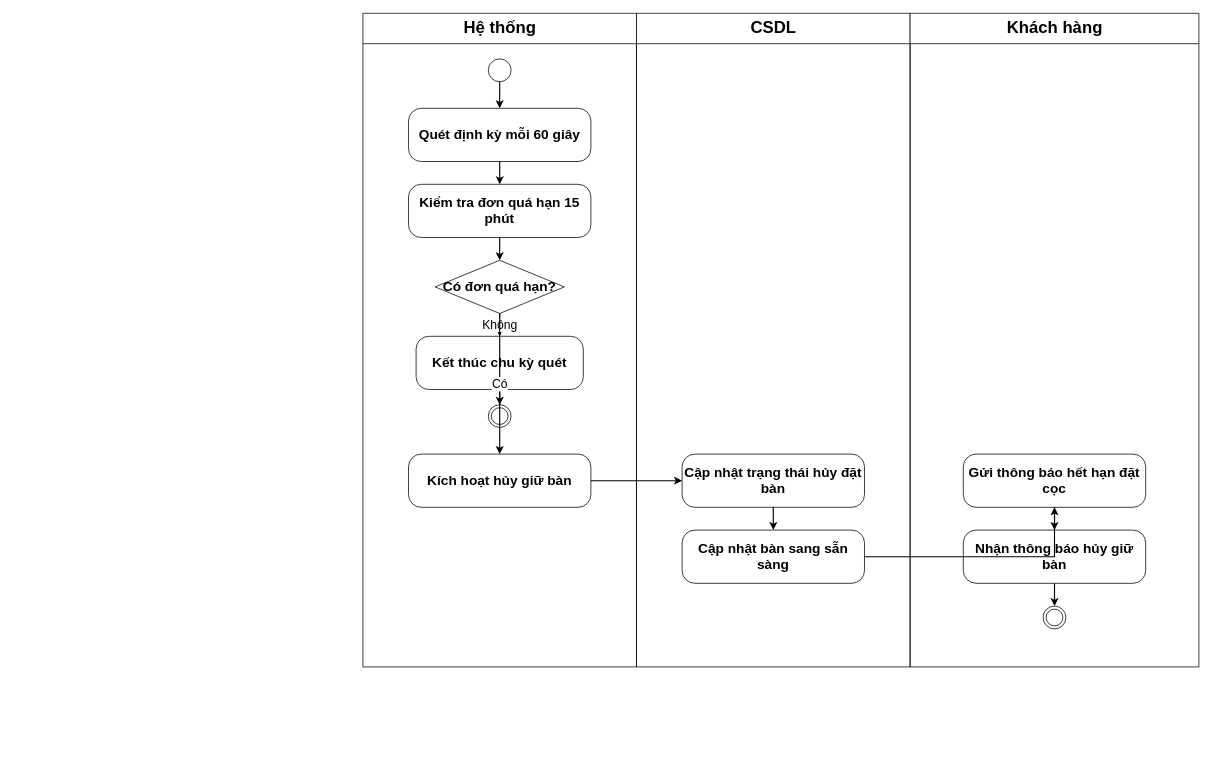
Before: docs/phase1/drawio/ad10_auto_release_timeout.drawio in AndrewQng/VinDining, a draw.io diagram. Source tidied: cells renumbered, new cells numbered last; positions are measured from the earlier drawing's top-left corner, leaving out a move shared by most shapes. Both pictures are drawn from the tidied source at 76%, with x=0, y=0 at pixel (363, 13).
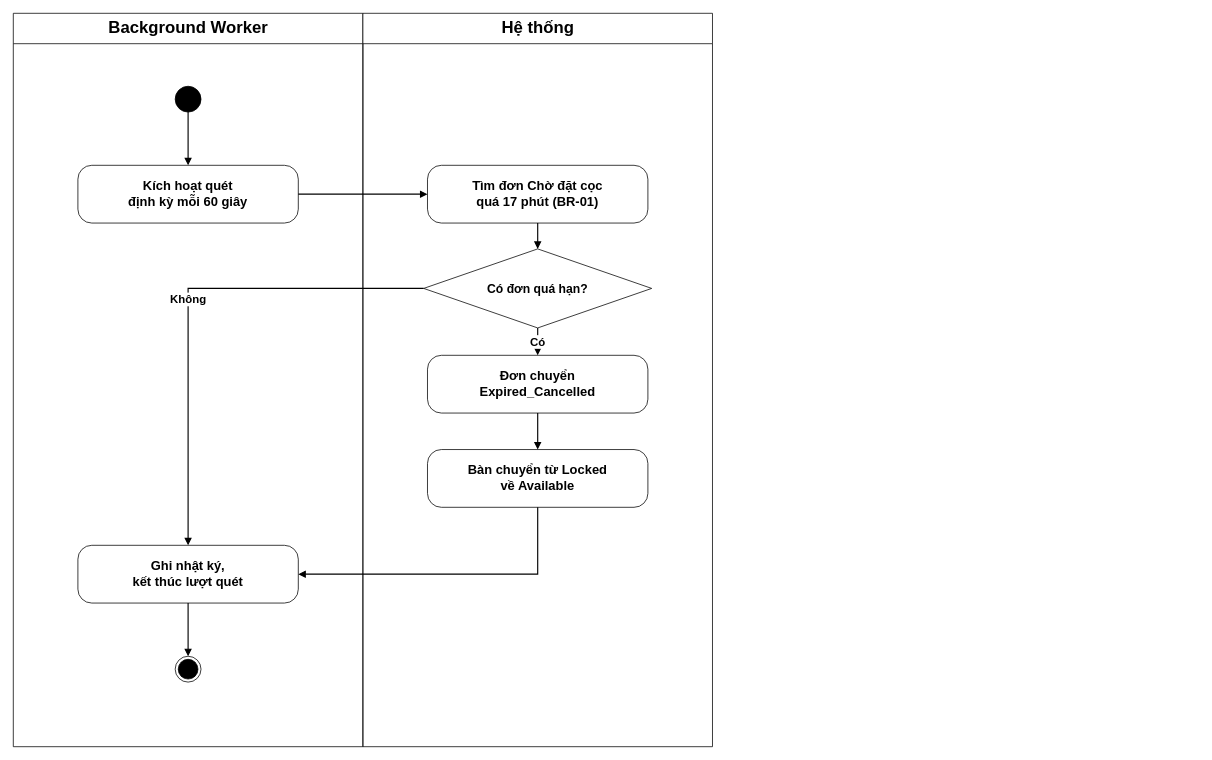
The same page after the edit.

What changed in the source:
```diff
@@
+    <mxCell id="28" value="Background Worker" style="swimlane;html=1;startSize=40;horizontal=1;fontStyle=1;fontSize=22;align=center;verticalAlign=middle;swimlaneLine=1;" parent="1" vertex="1">
+      <mxGeometry x="-460" width="460" height="965" as="geometry" />
+    </mxCell>
     <mxCell id="2" value="Hệ thống" style="swimlane;html=1;startSize=40;horizontal=1;fontStyle=1;fontSize=22;align=center;verticalAlign=middle;swimlaneLine=1;" parent="1" vertex="1">
-      <mxGeometry width="360" height="860" as="geometry" />
+      <mxGeometry width="460" height="965" as="geometry" />
     </mxCell>
-    <mxCell id="3" style="ellipse;whiteSpace=wrap;html=1;fontSize=18;" parent="2" vertex="1">
-      <mxGeometry x="165" y="60" width="30" height="30" as="geometry" />
-    </mxCell>
-    <mxCell id="4" value="Quét định kỳ mỗi 60 giây" style="rounded=1;arcSize=24;whiteSpace=wrap;html=1;fontStyle=1;fontSize=18;align=center;verticalAlign=middle;" parent="2" vertex="1">
-      <mxGeometry x="60" y="125" width="240" height="70" as="geometry" />
-    </mxCell>
-    <mxCell id="5" value="Kiểm tra đơn quá hạn 15 phút" style="rounded=1;arcSize=24;whiteSpace=wrap;html=1;fontStyle=1;fontSize=18;align=center;verticalAlign=middle;" parent="2" vertex="1">
-      <mxGeometry x="60" y="225" width="240" height="70" as="geometry" />
-    </mxCell>
+    <mxCell id="29" style="ellipse;whiteSpace=wrap;html=1;fillColor=#000000;strokeColor=#000000;" parent="1" vertex="1">
+      <mxGeometry x="-247" y="96" width="34" height="34" as="geometry" />
+    </mxCell>
+    <mxCell id="30" value="Kích hoạt quét&lt;br&gt;định kỳ mỗi 60 giây" style="rounded=1;arcSize=24;whiteSpace=wrap;html=1;fontStyle=1;fontSize=17;align=center;verticalAlign=middle;" parent="1" vertex="1">
+      <mxGeometry x="-375" y="200" width="290" height="76" as="geometry" />
+    </mxCell>
+    <mxCell id="31" value="Tìm đơn Chờ đặt cọc&lt;br&gt;quá 17 phút (BR-01)" style="rounded=1;arcSize=24;whiteSpace=wrap;html=1;fontStyle=1;fontSize=17;align=center;verticalAlign=middle;" parent="1" vertex="1">
+      <mxGeometry x="85" y="200" width="290" height="76" as="geometry" />
+    </mxCell>
-    <mxCell id="6" value="Có đơn quá hạn?" style="rhombus;whiteSpace=wrap;html=1;fontStyle=1;fontSize=18;align=center;verticalAlign=middle;" parent="2" vertex="1">
-      <mxGeometry x="95" y="325" width="170" height="70" as="geometry" />
+    <mxCell id="6" value="Có đơn quá hạn?" style="rhombus;whiteSpace=wrap;html=1;fontStyle=1;fontSize=16;align=center;verticalAlign=middle;" parent="1" vertex="1">
+      <mxGeometry x="80" y="310" width="300" height="104" as="geometry" />
     </mxCell>
-    <mxCell id="7" value="Kết thúc chu kỳ quét" style="rounded=1;arcSize=24;whiteSpace=wrap;html=1;fontStyle=1;fontSize=18;align=center;verticalAlign=middle;" parent="2" vertex="1">
-      <mxGeometry x="70" y="425" width="220" height="70" as="geometry" />
-    </mxCell>
-    <mxCell id="8" style="ellipse;html=1;shape=endState;fontSize=18;" parent="2" vertex="1">
-      <mxGeometry x="165" y="515" width="30" height="30" as="geometry" />
-    </mxCell>
-    <mxCell id="9" value="Kích hoạt hủy giữ bàn" style="rounded=1;arcSize=24;whiteSpace=wrap;html=1;fontStyle=1;fontSize=18;align=center;verticalAlign=middle;" parent="2" vertex="1">
-      <mxGeometry x="60" y="580" width="240" height="70" as="geometry" />
-    </mxCell>
-    <mxCell id="10" style="edgeStyle=orthogonalEdgeStyle;rounded=0;strokeWidth=1.5;html=1;fontSize=16;" parent="2" edge="1" source="3" target="4">
-      <mxGeometry relative="1" as="geometry" />
-    </mxCell>
-    <mxCell id="11" style="edgeStyle=orthogonalEdgeStyle;rounded=0;strokeWidth=1.5;html=1;fontSize=16;" parent="2" edge="1" source="4" target="5">
-      <mxGeometry relative="1" as="geometry" />
-    </mxCell>
-    <mxCell id="12" style="edgeStyle=orthogonalEdgeStyle;rounded=0;strokeWidth=1.5;html=1;fontSize=16;" parent="2" edge="1" source="5" target="6">
-      <mxGeometry relative="1" as="geometry" />
-    </mxCell>
+    <mxCell id="32" value="Đơn chuyển&lt;br&gt;Expired_Cancelled" style="rounded=1;arcSize=24;whiteSpace=wrap;html=1;fontStyle=1;fontSize=17;align=center;verticalAlign=middle;" parent="1" vertex="1">
+      <mxGeometry x="85" y="450" width="290" height="76" as="geometry" />
+    </mxCell>
+    <mxCell id="33" value="Bàn chuyển từ Locked&lt;br&gt;về Available" style="rounded=1;arcSize=24;whiteSpace=wrap;html=1;fontStyle=1;fontSize=17;align=center;verticalAlign=middle;" parent="1" vertex="1">
+      <mxGeometry x="85" y="574" width="290" height="76" as="geometry" />
+    </mxCell>
+    <mxCell id="34" value="Ghi nhật ký,&lt;br&gt;kết thúc lượt quét" style="rounded=1;arcSize=24;whiteSpace=wrap;html=1;fontStyle=1;fontSize=17;align=center;verticalAlign=middle;" parent="1" vertex="1">
+      <mxGeometry x="-375" y="700" width="290" height="76" as="geometry" />
+    </mxCell>
+    <mxCell id="35" style="ellipse;html=1;shape=endState;fillColor=#000000;strokeColor=#000000;" parent="1" vertex="1">
+      <mxGeometry x="-247" y="846" width="34" height="34" as="geometry" />
+    </mxCell>
+    <mxCell id="36" style="edgeStyle=orthogonalEdgeStyle;rounded=0;strokeWidth=1.5;html=1;fontSize=15;fontStyle=1;exitX=0.5;exitY=1;exitDx=0;exitDy=0;entryX=0.5;entryY=0;entryDx=0;entryDy=0;endArrow=block;endFill=1;" parent="1" edge="1" source="29" target="30">
+      <mxGeometry relative="1" as="geometry" />
+    </mxCell>
+    <mxCell id="37" style="edgeStyle=orthogonalEdgeStyle;rounded=0;strokeWidth=1.5;html=1;fontSize=15;fontStyle=1;exitX=1;exitY=0.5;exitDx=0;exitDy=0;entryX=0;entryY=0.5;entryDx=0;entryDy=0;endArrow=block;endFill=1;" parent="1" edge="1" source="30" target="31">
+      <mxGeometry relative="1" as="geometry" />
+    </mxCell>
+    <mxCell id="38" style="edgeStyle=orthogonalEdgeStyle;rounded=0;strokeWidth=1.5;html=1;fontSize=15;fontStyle=1;exitX=0.5;exitY=1;exitDx=0;exitDy=0;entryX=0.5;entryY=0;entryDx=0;entryDy=0;endArrow=block;endFill=1;" parent="1" edge="1" source="31" target="6">
+      <mxGeometry relative="1" as="geometry" />
+    </mxCell>
+    <mxCell id="15" value="Có" style="edgeStyle=orthogonalEdgeStyle;rounded=0;strokeWidth=1.5;html=1;fontSize=15;fontStyle=1;exitX=0.5;exitY=1;exitDx=0;exitDy=0;entryX=0.5;entryY=0;entryDx=0;entryDy=0;endArrow=block;endFill=1;" parent="1" edge="1" source="6" target="32">
+      <mxGeometry relative="1" as="geometry" />
+    </mxCell>
+    <mxCell id="39" style="edgeStyle=orthogonalEdgeStyle;rounded=0;strokeWidth=1.5;html=1;fontSize=15;fontStyle=1;exitX=0.5;exitY=1;exitDx=0;exitDy=0;entryX=0.5;entryY=0;entryDx=0;entryDy=0;endArrow=block;endFill=1;" parent="1" edge="1" source="32" target="33">
+      <mxGeometry relative="1" as="geometry" />
+    </mxCell>
+    <mxCell id="40" style="edgeStyle=orthogonalEdgeStyle;rounded=0;strokeWidth=1.5;html=1;fontSize=15;fontStyle=1;exitX=0.5;exitY=1;exitDx=0;exitDy=0;entryX=1;entryY=0.5;entryDx=0;entryDy=0;endArrow=block;endFill=1;" parent="1" edge="1" source="33" target="34">
+      <mxGeometry relative="1" as="geometry" />
+    </mxCell>
-    <mxCell id="13" value="Không" style="edgeStyle=orthogonalEdgeStyle;rounded=0;strokeWidth=1.5;html=1;fontSize=16;labelBackgroundColor=#ffffff;" parent="2" edge="1" source="6" target="7">
+    <mxCell id="13" value="Không" style="edgeStyle=orthogonalEdgeStyle;rounded=0;strokeWidth=1.5;html=1;fontSize=15;fontStyle=1;exitX=0;exitY=0.5;exitDx=0;exitDy=0;entryX=0.5;entryY=0;entryDx=0;entryDy=0;endArrow=block;endFill=1;" parent="1" edge="1" source="6" target="34">
       <mxGeometry relative="1" as="geometry" />
     </mxCell>
-    <mxCell id="14" style="edgeStyle=orthogonalEdgeStyle;rounded=0;strokeWidth=1.5;html=1;fontSize=16;" parent="2" edge="1" source="7" target="8">
-      <mxGeometry relative="1" as="geometry" />
-    </mxCell>
-    <mxCell id="15" value="Có" style="edgeStyle=orthogonalEdgeStyle;rounded=0;strokeWidth=1.5;html=1;fontSize=16;labelBackgroundColor=#ffffff;exitX=0.5;exitY=1;entryX=0.5;entryY=0;" parent="2" edge="1" source="6" target="9">
-      <mxGeometry relative="1" as="geometry" />
-    </mxCell>
-    <mxCell id="16" value="CSDL" style="swimlane;html=1;startSize=40;horizontal=1;fontStyle=1;fontSize=22;align=center;verticalAlign=middle;swimlaneLine=1;" parent="1" vertex="1">
-      <mxGeometry x="360" width="360" height="860" as="geometry" />
-    </mxCell>
-    <mxCell id="17" value="Cập nhật trạng thái hủy đặt bàn" style="rounded=1;arcSize=24;whiteSpace=wrap;html=1;fontStyle=1;fontSize=18;align=center;verticalAlign=middle;" parent="16" vertex="1">
-      <mxGeometry x="60" y="580" width="240" height="70" as="geometry" />
-    </mxCell>
-    <mxCell id="18" value="Cập nhật bàn sang sẵn sàng" style="rounded=1;arcSize=24;whiteSpace=wrap;html=1;fontStyle=1;fontSize=18;align=center;verticalAlign=middle;" parent="16" vertex="1">
-      <mxGeometry x="60" y="680" width="240" height="70" as="geometry" />
-    </mxCell>
-    <mxCell id="19" style="edgeStyle=orthogonalEdgeStyle;rounded=0;strokeWidth=1.5;html=1;fontSize=16;" parent="16" edge="1" source="17" target="18">
-      <mxGeometry relative="1" as="geometry" />
-    </mxCell>
-    <mxCell id="20" value="Khách hàng" style="swimlane;html=1;startSize=40;horizontal=1;fontStyle=1;fontSize=22;align=center;verticalAlign=middle;swimlaneLine=1;" parent="1" vertex="1">
-      <mxGeometry x="720" width="380" height="860" as="geometry" />
-    </mxCell>
-    <mxCell id="21" value="Gửi thông báo hết hạn đặt cọc" style="rounded=1;arcSize=24;whiteSpace=wrap;html=1;fontStyle=1;fontSize=18;align=center;verticalAlign=middle;" parent="20" vertex="1">
-      <mxGeometry x="70" y="580" width="240" height="70" as="geometry" />
-    </mxCell>
-    <mxCell id="22" value="Nhận thông báo hủy giữ bàn" style="rounded=1;arcSize=24;whiteSpace=wrap;html=1;fontStyle=1;fontSize=18;align=center;verticalAlign=middle;" parent="20" vertex="1">
-      <mxGeometry x="70" y="680" width="240" height="70" as="geometry" />
-    </mxCell>
-    <mxCell id="23" style="ellipse;html=1;shape=endState;fontSize=18;" parent="20" vertex="1">
-      <mxGeometry x="175" y="780" width="30" height="30" as="geometry" />
-    </mxCell>
-    <mxCell id="24" style="edgeStyle=orthogonalEdgeStyle;rounded=0;strokeWidth=1.5;html=1;fontSize=16;" parent="1" edge="1" source="9" target="17">
-      <mxGeometry relative="1" as="geometry" />
-    </mxCell>
-    <mxCell id="25" style="edgeStyle=orthogonalEdgeStyle;rounded=0;strokeWidth=1.5;html=1;fontSize=16;" parent="1" edge="1" source="18" target="21">
-      <mxGeometry relative="1" as="geometry" />
-    </mxCell>
-    <mxCell id="26" style="edgeStyle=orthogonalEdgeStyle;rounded=0;strokeWidth=1.5;html=1;fontSize=16;" parent="20" edge="1" source="21" target="22">
-      <mxGeometry relative="1" as="geometry" />
-    </mxCell>
-    <mxCell id="27" style="edgeStyle=orthogonalEdgeStyle;rounded=0;strokeWidth=1.5;html=1;fontSize=16;" parent="20" edge="1" source="22" target="23">
-      <mxGeometry relative="1" as="geometry" />
-    </mxCell>
+    <mxCell id="41" style="edgeStyle=orthogonalEdgeStyle;rounded=0;strokeWidth=1.5;html=1;fontSize=15;fontStyle=1;exitX=0.5;exitY=1;exitDx=0;exitDy=0;entryX=0.5;entryY=0;entryDx=0;entryDy=0;endArrow=block;endFill=1;" parent="1" edge="1" source="34" target="35">
+      <mxGeometry relative="1" as="geometry" />
+    </mxCell>
```
